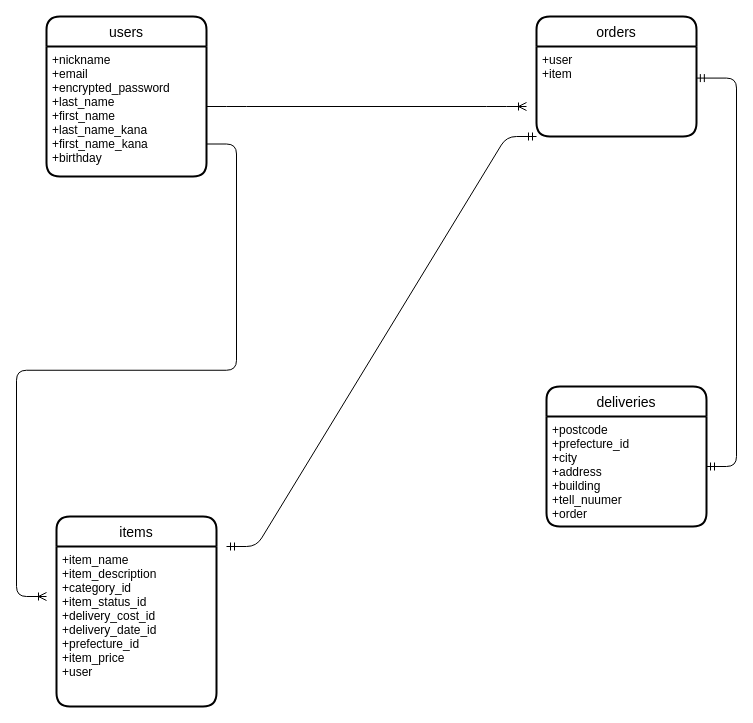
Earlier version of the draw.io diagram app/furima.dio (JukiyaKikuchi/furima-38182). Source tidied: cells renumbered, new cells numbered last; positions are measured from the earlier drawing's top-left corner, leaving out a move shared by most shapes. Both pictures are drawn from the tidied source at 100%, with x=0, y=0 at pixel (46, 16).
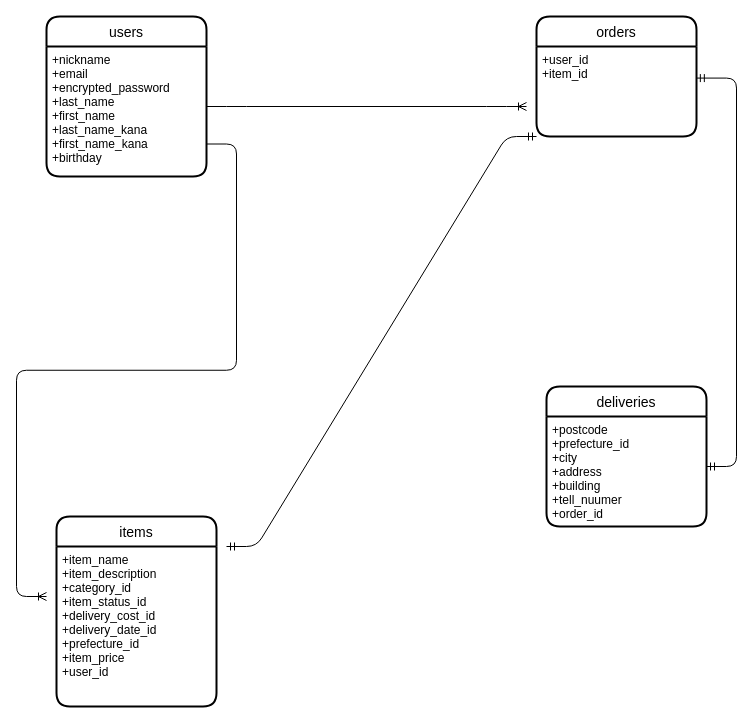
The same diagram, later.

Commit message (it also covers changes not shown here):
ER図及びREDMEカラム名変更

What changed in the source:
```diff
@@
 <mxGraphModel>
   <root>
     <mxCell id="0" />
     <mxCell id="1" parent="0" />
     <mxCell id="2" value="users" style="swimlane;horizontal=1;startSize=30;rounded=1;fontSize=14;fontStyle=0;strokeWidth=2;shadow=0;dashed=0;align=center;" parent="1" vertex="1">
       <mxGeometry width="160" height="160" as="geometry" />
     </mxCell>
     <mxCell id="3" value="+nickname&#10;+email&#10;+encrypted_password&#10;+last_name&#10;+first_name&#10;+last_name_kana&#10;+first_name_kana&#10;+birthday&#10;&#10;" style="align=left;strokeColor=none;fillColor=none;spacingLeft=4;fontSize=12;verticalAlign=top;" parent="2" vertex="1">
       <mxGeometry y="30" width="160" height="130" as="geometry" />
     </mxCell>
     <mxCell id="4" value="items" style="swimlane;horizontal=1;startSize=30;rounded=1;fontSize=14;fontStyle=0;strokeWidth=2;shadow=0;dashed=0;align=center;" parent="1" vertex="1">
       <mxGeometry x="10" y="500" width="160" height="190" as="geometry" />
     </mxCell>
-    <mxCell id="5" value="+item_name&#10;+item_description&#10;+category_id&#10;+item_status_id&#10;+delivery_cost_id&#10;+delivery_date_id&#10;+prefecture_id&#10;+item_price&#10;+user" style="align=left;strokeColor=none;fillColor=none;spacingLeft=4;fontSize=12;verticalAlign=top;" parent="4" vertex="1">
+    <mxCell id="5" value="+item_name&#10;+item_description&#10;+category_id&#10;+item_status_id&#10;+delivery_cost_id&#10;+delivery_date_id&#10;+prefecture_id&#10;+item_price&#10;+user_id" style="align=left;strokeColor=none;fillColor=none;spacingLeft=4;fontSize=12;verticalAlign=top;" parent="4" vertex="1">
       <mxGeometry y="30" width="160" height="160" as="geometry" />
     </mxCell>
     <mxCell id="6" value="deliveries" style="swimlane;horizontal=1;startSize=30;rounded=1;fontSize=14;fontStyle=0;strokeWidth=2;shadow=0;dashed=0;align=center;" parent="1" vertex="1">
       <mxGeometry x="500" y="370" width="160" height="140" as="geometry" />
     </mxCell>
-    <mxCell id="7" value="+postcode&#10;+prefecture_id&#10;+city&#10;+address&#10;+building&#10;+tell_nuumer&#10;+order" style="align=left;strokeColor=none;fillColor=none;spacingLeft=4;fontSize=12;verticalAlign=top;" parent="6" vertex="1">
+    <mxCell id="7" value="+postcode&#10;+prefecture_id&#10;+city&#10;+address&#10;+building&#10;+tell_nuumer&#10;+order_id" style="align=left;strokeColor=none;fillColor=none;spacingLeft=4;fontSize=12;verticalAlign=top;" parent="6" vertex="1">
       <mxGeometry y="30" width="160" height="110" as="geometry" />
     </mxCell>
     <mxCell id="8" value="orders" style="swimlane;horizontal=1;startSize=30;rounded=1;fontSize=14;fontStyle=0;strokeWidth=2;shadow=0;dashed=0;align=center;" parent="1" vertex="1">
       <mxGeometry x="490" width="160" height="120" as="geometry" />
     </mxCell>
-    <mxCell id="9" value="+user&#10;+item" style="align=left;strokeColor=none;fillColor=none;spacingLeft=4;fontSize=12;verticalAlign=top;" parent="8" vertex="1">
+    <mxCell id="9" value="+user_id&#10;+item_id" style="align=left;strokeColor=none;fillColor=none;spacingLeft=4;fontSize=12;verticalAlign=top;" parent="8" vertex="1">
       <mxGeometry y="30" width="160" height="90" as="geometry" />
     </mxCell>
     <mxCell id="10" style="edgeStyle=entityRelationEdgeStyle;fontSize=12;html=1;endArrow=ERoneToMany;" parent="1" edge="1">
       <mxGeometry relative="1" as="geometry">
         <mxPoint x="160" y="90" as="sourcePoint" />
         <mxPoint x="480" y="90" as="targetPoint" />
       </mxGeometry>
     </mxCell>
     <mxCell id="11" style="edgeStyle=entityRelationEdgeStyle;fontSize=12;html=1;endArrow=ERoneToMany;exitX=1;exitY=0.75;exitDx=0;exitDy=0;" parent="1" edge="1" source="3">
       <mxGeometry relative="1" as="geometry">
         <mxPoint y="580" as="targetPoint" />
       </mxGeometry>
     </mxCell>
     <mxCell id="12" style="edgeStyle=entityRelationEdgeStyle;fontSize=12;html=1;endArrow=ERmandOne;startArrow=ERmandOne;entryX=0;entryY=1;entryDx=0;entryDy=0;" parent="1" edge="1" target="9">
       <mxGeometry relative="1" as="geometry">
         <mxPoint x="180" y="530" as="sourcePoint" />
       </mxGeometry>
     </mxCell>
     <mxCell id="13" style="edgeStyle=entityRelationEdgeStyle;fontSize=12;html=1;endArrow=ERmandOne;startArrow=ERmandOne;entryX=0.999;entryY=0.351;entryDx=0;entryDy=0;entryPerimeter=0;" parent="1" edge="1" target="9">
       <mxGeometry relative="1" as="geometry">
         <mxPoint x="660" y="450" as="sourcePoint" />
       </mxGeometry>
     </mxCell>
   </root>
 </mxGraphModel>
```
